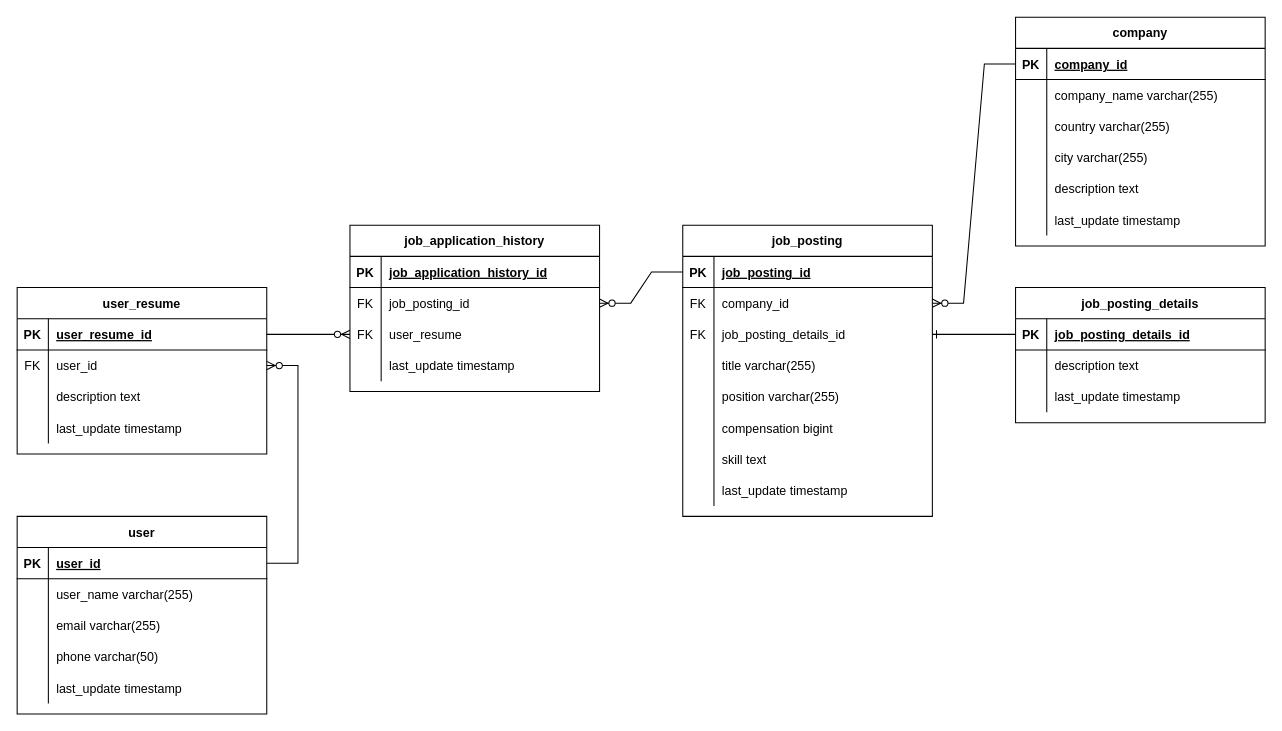
Before: document/ERD.drawio in O0oO0Oo/wanted-pre-onboarding-backend, a draw.io diagram. Source tidied: cells renumbered, new cells numbered last; positions are measured from the earlier drawing's top-left corner, leaving out a move shared by most shapes. Both pictures are drawn from the tidied source at 104%, with x=0, y=0 at pixel (17, 17).
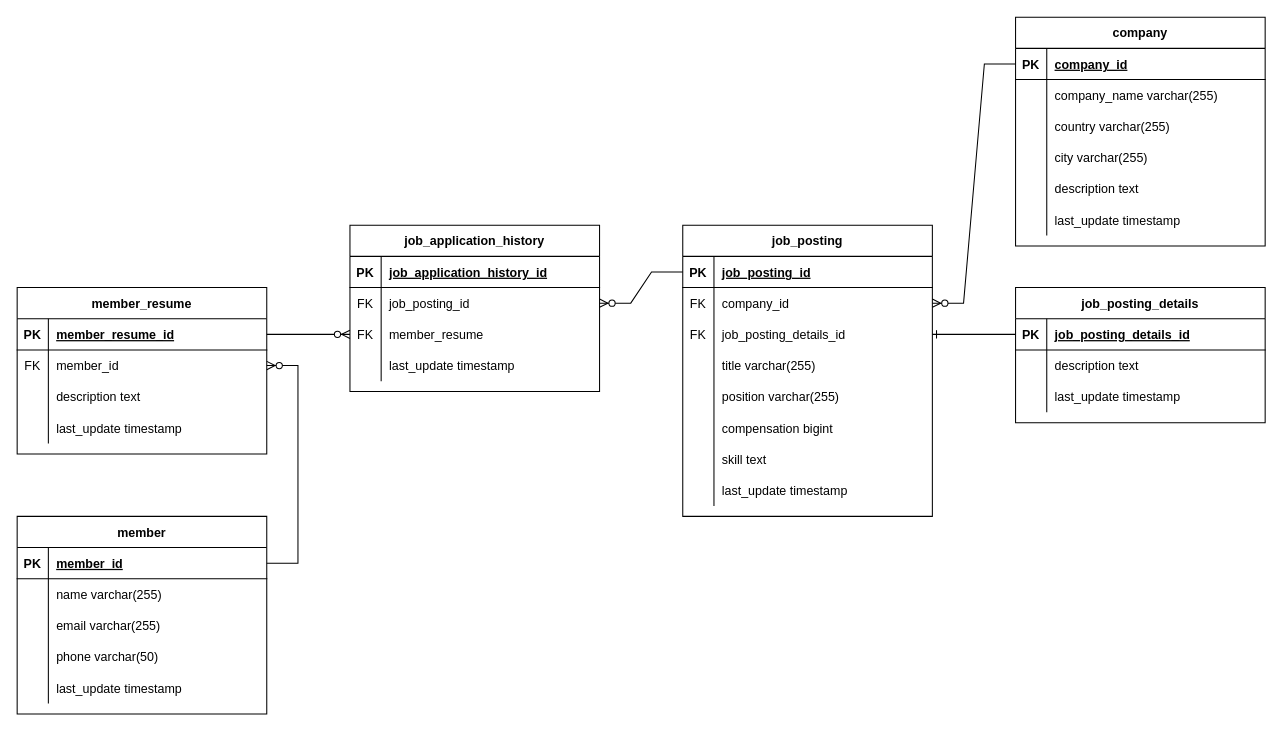
Above is the later version.

Commit message:
refactor: ERD.drawio 업데이트 - user 이름 이미 사용중

Unchanged cells that the change refers to:
```xml
<mxCell id="28" style="shape=partialRectangle;fillColor=none;points=[[0,0.5],[1,0.5]];portConstraint=eastwest;top=0;left=0;right=0;bottom=1;" parent="27" vertex="1">
  <mxGeometry y="30" width="240" height="30" as="geometry" />
</mxCell>
<mxCell id="31" style="shape=partialRectangle;fillColor=none;top=0;left=0;right=0;bottom=0;" parent="27" vertex="1">
  <mxGeometry y="60" width="240" height="30" as="geometry" />
</mxCell>
<mxCell id="63" style="shape=partialRectangle;fillColor=none;points=[[0,0.5],[1,0.5]];portConstraint=eastwest;top=0;left=0;right=0;bottom=1;" parent="62" vertex="1">
  <mxGeometry y="30" width="240" height="30" as="geometry" />
</mxCell>
<mxCell id="66" style="shape=partialRectangle;fillColor=none;points=[[0,0.5],[1,0.5]];portConstraint=eastwest;top=0;left=0;right=0;bottom=0;" parent="62" vertex="1">
  <mxGeometry y="60" width="240" height="30" as="geometry" />
</mxCell>
<mxCell id="92" style="shape=partialRectangle;fillColor=none;points=[[0,0.5],[1,0.5]];portConstraint=eastwest;top=0;left=0;right=0;bottom=0;" parent="85" vertex="1">
  <mxGeometry y="90" width="240" height="30" as="geometry" />
</mxCell>
```

Change to the diagram source:
```diff
@@
-    <mxCell id="27" value="user" style="shape=table;startSize=30;childLayout=tableLayout;rowLines=0;fontStyle=1;align=center;" parent="1" vertex="1">
+    <mxCell id="27" value="member" style="shape=table;startSize=30;childLayout=tableLayout;rowLines=0;fontStyle=1;align=center;" parent="1" vertex="1">
       <mxGeometry y="480" width="240" height="190" as="geometry" />
     </mxCell>
@@
-    <mxCell id="30" value="user_id" style="shape=partialRectangle;overflow=hidden;fillColor=none;top=0;left=0;bottom=0;right=0;align=left;spacingLeft=6;fontStyle=5;" parent="28" vertex="1">
+    <mxCell id="30" value="member_id" style="shape=partialRectangle;overflow=hidden;fillColor=none;top=0;left=0;bottom=0;right=0;align=left;spacingLeft=6;fontStyle=5;" parent="28" vertex="1">
       <mxGeometry x="30" width="210" height="30" as="geometry" />
     </mxCell>
@@
-    <mxCell id="33" value="user_name varchar(255)" style="shape=partialRectangle;overflow=hidden;fillColor=none;top=0;left=0;bottom=0;right=0;align=left;spacingLeft=6;" parent="31" vertex="1">
+    <mxCell id="33" value="name varchar(255)" style="shape=partialRectangle;overflow=hidden;fillColor=none;top=0;left=0;bottom=0;right=0;align=left;spacingLeft=6;" parent="31" vertex="1">
       <mxGeometry x="30" width="210" height="30" as="geometry" />
     </mxCell>
@@
-    <mxCell id="62" value="user_resume" style="shape=table;startSize=30;childLayout=tableLayout;rowLines=0;fontStyle=1;align=center;" parent="1" vertex="1">
+    <mxCell id="62" value="member_resume" style="shape=table;startSize=30;childLayout=tableLayout;rowLines=0;fontStyle=1;align=center;" parent="1" vertex="1">
       <mxGeometry y="260" width="240" height="160" as="geometry" />
     </mxCell>
@@
-    <mxCell id="65" value="user_resume_id" style="shape=partialRectangle;overflow=hidden;fillColor=none;top=0;left=0;bottom=0;right=0;align=left;spacingLeft=6;fontStyle=5;" parent="63" vertex="1">
+    <mxCell id="65" value="member_resume_id" style="shape=partialRectangle;overflow=hidden;fillColor=none;top=0;left=0;bottom=0;right=0;align=left;spacingLeft=6;fontStyle=5;" parent="63" vertex="1">
       <mxGeometry x="30" width="210" height="30" as="geometry" />
     </mxCell>
@@
-    <mxCell id="68" value="user_id" style="shape=partialRectangle;overflow=hidden;fillColor=none;top=0;left=0;bottom=0;right=0;align=left;spacingLeft=6;" parent="66" vertex="1">
+    <mxCell id="68" value="member_id" style="shape=partialRectangle;overflow=hidden;fillColor=none;top=0;left=0;bottom=0;right=0;align=left;spacingLeft=6;" parent="66" vertex="1">
       <mxGeometry x="30" width="210" height="30" as="geometry" />
     </mxCell>
@@
-    <mxCell id="94" value="user_resume" style="shape=partialRectangle;overflow=hidden;fillColor=none;top=0;left=0;bottom=0;right=0;align=left;spacingLeft=6;" parent="92" vertex="1">
+    <mxCell id="94" value="member_resume" style="shape=partialRectangle;overflow=hidden;fillColor=none;top=0;left=0;bottom=0;right=0;align=left;spacingLeft=6;" parent="92" vertex="1">
       <mxGeometry x="30" width="210" height="30" as="geometry" />
     </mxCell>
```
